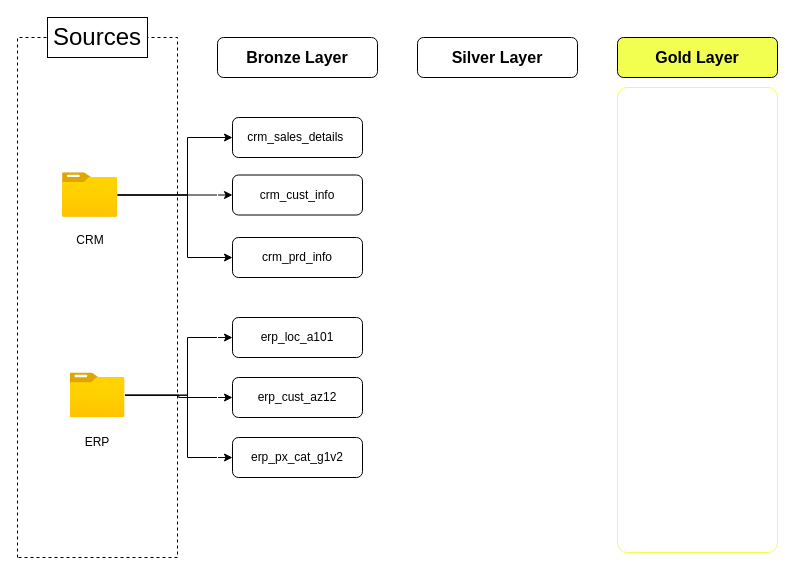
Earlier version of the draw.io diagram DataFlowDiagram.drawio (rudrabhavsar7/Datawarehouse). Source tidied: cells renumbered, new cells numbered last; positions are measured from the earlier drawing's top-left corner, leaving out a move shared by most shapes. Both pictures are drawn from the tidied source at 100%, with x=0, y=0 at pixel (-163, 17).
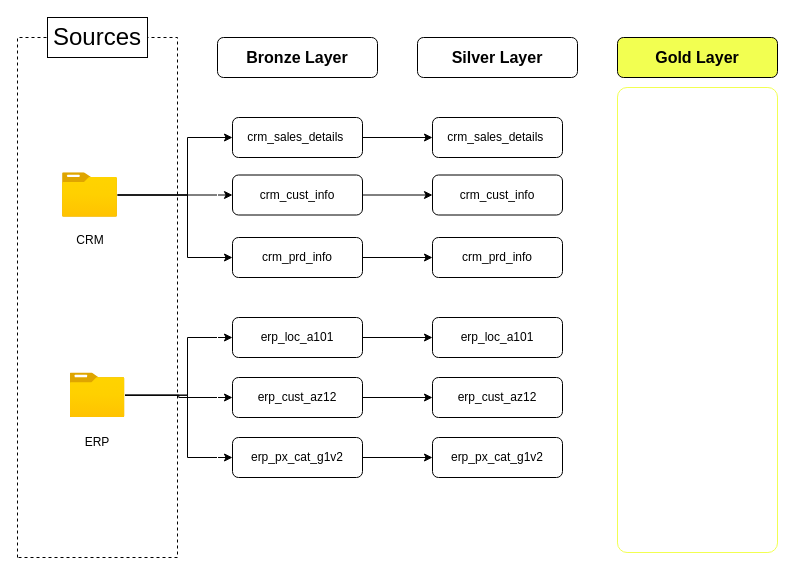
Above is the later version.

Unchanged cells that the change refers to:
```xml
<mxCell id="18" value="&lt;font style=&quot;font-weight: normal;&quot;&gt;crm_sales_details&amp;nbsp;&lt;/font&gt;" style="rounded=1;whiteSpace=wrap;html=1;fillColor=light-dark(#FFFFFF,#FFB570);fontColor=light-dark(#000000,#000000);fontStyle=1;" parent="1" vertex="1">
  <mxGeometry x="395" y="100" width="130" height="40" as="geometry" />
</mxCell>
<mxCell id="19" value="&lt;font style=&quot;font-weight: normal;&quot;&gt;crm_prd_info&lt;/font&gt;" style="rounded=1;whiteSpace=wrap;html=1;fillColor=light-dark(#FFFFFF,#FFB570);fontColor=light-dark(#000000,#000000);fontStyle=1;" parent="1" vertex="1">
  <mxGeometry x="395" y="220" width="130" height="40" as="geometry" />
</mxCell>
<mxCell id="20" value="&lt;font style=&quot;font-weight: normal;&quot;&gt;crm_cust_info&lt;/font&gt;" style="rounded=1;whiteSpace=wrap;html=1;fillColor=light-dark(#FFFFFF,#FFB570);fontColor=light-dark(#000000,#000000);fontStyle=1;" parent="1" vertex="1">
  <mxGeometry x="395" y="157.5" width="130" height="40" as="geometry" />
</mxCell>
<mxCell id="23" value="&lt;font style=&quot;font-weight: normal;&quot;&gt;erp_loc_a101&lt;/font&gt;" style="rounded=1;whiteSpace=wrap;html=1;fillColor=light-dark(#FFFFFF,#FFB570);fontColor=light-dark(#000000,#000000);fontStyle=1;" parent="1" vertex="1">
  <mxGeometry x="395" y="300" width="130" height="40" as="geometry" />
</mxCell>
<mxCell id="24" value="&lt;font style=&quot;font-weight: normal;&quot;&gt;erp_cust_az12&lt;/font&gt;" style="rounded=1;whiteSpace=wrap;html=1;fillColor=light-dark(#FFFFFF,#FFB570);fontColor=light-dark(#000000,#000000);fontStyle=1;" parent="1" vertex="1">
  <mxGeometry x="395" y="360" width="130" height="40" as="geometry" />
</mxCell>
<mxCell id="25" value="&lt;font style=&quot;font-weight: normal;&quot;&gt;erp_px_cat_g1v2&lt;/font&gt;" style="rounded=1;whiteSpace=wrap;html=1;fillColor=light-dark(#FFFFFF,#FFB570);fontColor=light-dark(#000000,#000000);fontStyle=1;" parent="1" vertex="1">
  <mxGeometry x="395" y="420" width="130" height="40" as="geometry" />
</mxCell>
```

What changed in the source:
```diff
@@
+    <mxCell id="26" style="edgeStyle=orthogonalEdgeStyle;rounded=0;jettySize=auto;html=1;entryX=0;entryY=0.5;entryDx=0;entryDy=0;" parent="1" edge="1" source="18" target="32">
+      <mxGeometry relative="1" as="geometry" />
+    </mxCell>
@@
+    <mxCell id="27" style="edgeStyle=orthogonalEdgeStyle;rounded=0;jettySize=auto;html=1;entryX=0;entryY=0.5;entryDx=0;entryDy=0;" parent="1" edge="1" source="19" target="33">
+      <mxGeometry relative="1" as="geometry" />
+    </mxCell>
@@
+    <mxCell id="28" style="edgeStyle=orthogonalEdgeStyle;rounded=0;jettySize=auto;html=1;entryX=0;entryY=0.5;entryDx=0;entryDy=0;" parent="1" edge="1" source="20" target="34">
+      <mxGeometry relative="1" as="geometry" />
+    </mxCell>
@@
+    <mxCell id="29" style="edgeStyle=orthogonalEdgeStyle;rounded=0;jettySize=auto;html=1;entryX=0;entryY=0.5;entryDx=0;entryDy=0;" parent="1" edge="1" source="23" target="35">
+      <mxGeometry relative="1" as="geometry" />
+    </mxCell>
@@
+    <mxCell id="30" style="edgeStyle=orthogonalEdgeStyle;rounded=0;jettySize=auto;html=1;entryX=0;entryY=0.5;entryDx=0;entryDy=0;" parent="1" edge="1" source="24" target="36">
+      <mxGeometry relative="1" as="geometry" />
+    </mxCell>
@@
+    <mxCell id="31" style="edgeStyle=orthogonalEdgeStyle;rounded=0;jettySize=auto;html=1;entryX=0;entryY=0.5;entryDx=0;entryDy=0;" parent="1" edge="1" source="25" target="37">
+      <mxGeometry relative="1" as="geometry" />
+    </mxCell>
@@
+    <mxCell id="32" value="&lt;font style=&quot;font-weight: normal;&quot;&gt;crm_sales_details&amp;nbsp;&lt;/font&gt;" style="rounded=1;whiteSpace=wrap;html=1;fillColor=light-dark(#FFFFFF,#D4E1F5);fontColor=light-dark(#000000,#000000);fontStyle=1;" parent="1" vertex="1">
+      <mxGeometry x="595" y="100" width="130" height="40" as="geometry" />
+    </mxCell>
+    <mxCell id="33" value="&lt;font style=&quot;font-weight: normal;&quot;&gt;crm_prd_info&lt;/font&gt;" style="rounded=1;whiteSpace=wrap;html=1;fillColor=light-dark(#FFFFFF,#D4E1F5);fontColor=light-dark(#000000,#000000);fontStyle=1;" parent="1" vertex="1">
+      <mxGeometry x="595" y="220" width="130" height="40" as="geometry" />
+    </mxCell>
+    <mxCell id="34" value="&lt;font style=&quot;font-weight: normal;&quot;&gt;crm_cust_info&lt;/font&gt;" style="rounded=1;whiteSpace=wrap;html=1;fillColor=light-dark(#FFFFFF,#D4E1F5);fontColor=light-dark(#000000,#000000);fontStyle=1;" parent="1" vertex="1">
+      <mxGeometry x="595" y="157.5" width="130" height="40" as="geometry" />
+    </mxCell>
+    <mxCell id="35" value="&lt;font style=&quot;font-weight: normal;&quot;&gt;erp_loc_a101&lt;/font&gt;" style="rounded=1;whiteSpace=wrap;html=1;fillColor=light-dark(#FFFFFF,#D4E1F5);fontColor=light-dark(#000000,#000000);fontStyle=1;" parent="1" vertex="1">
+      <mxGeometry x="595" y="300" width="130" height="40" as="geometry" />
+    </mxCell>
+    <mxCell id="36" value="&lt;font style=&quot;font-weight: normal;&quot;&gt;erp_cust_az12&lt;/font&gt;" style="rounded=1;whiteSpace=wrap;html=1;fillColor=light-dark(#FFFFFF,#D4E1F5);fontColor=light-dark(#000000,#000000);fontStyle=1;" parent="1" vertex="1">
+      <mxGeometry x="595" y="360" width="130" height="40" as="geometry" />
+    </mxCell>
+    <mxCell id="37" value="&lt;font style=&quot;font-weight: normal;&quot;&gt;erp_px_cat_g1v2&lt;/font&gt;" style="rounded=1;whiteSpace=wrap;html=1;fillColor=light-dark(#FFFFFF,#D4E1F5);fontColor=light-dark(#000000,#000000);fontStyle=1;" parent="1" vertex="1">
+      <mxGeometry x="595" y="420" width="130" height="40" as="geometry" />
+    </mxCell>
```
